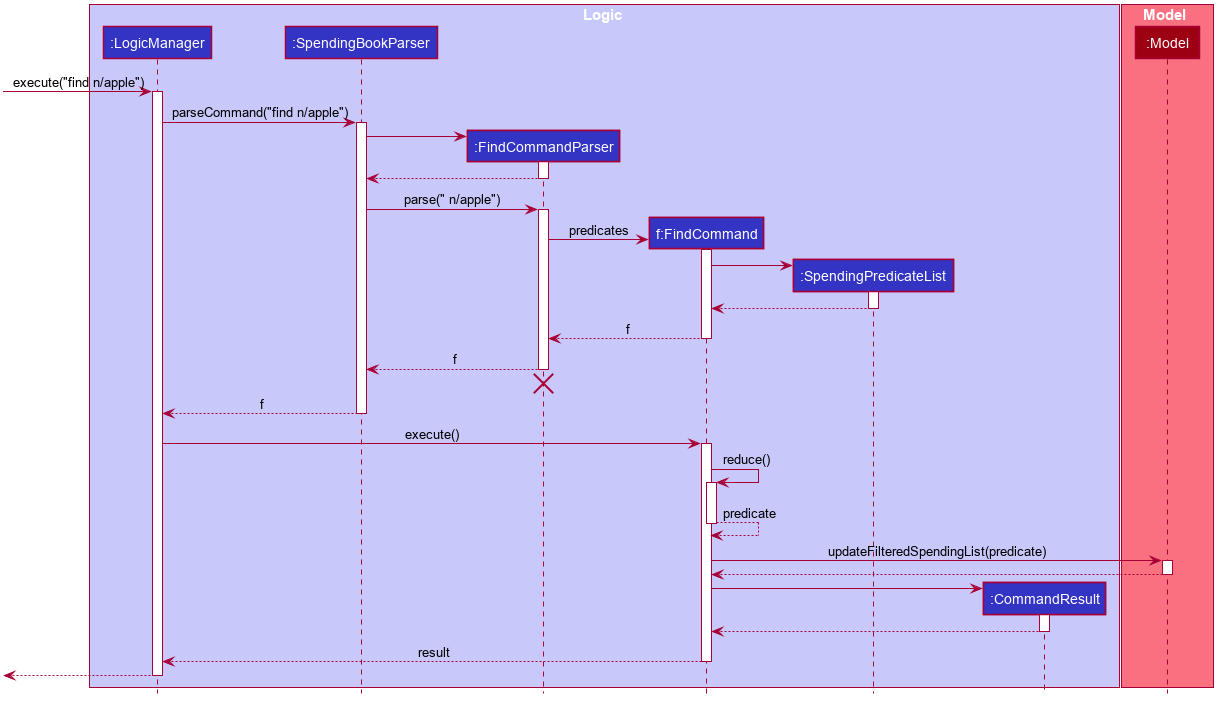
Earlier version of the PlantUML export docs/images/FindSequenceDiagram.png (nus-cs2103-AY1920S1/addressbook-level3).
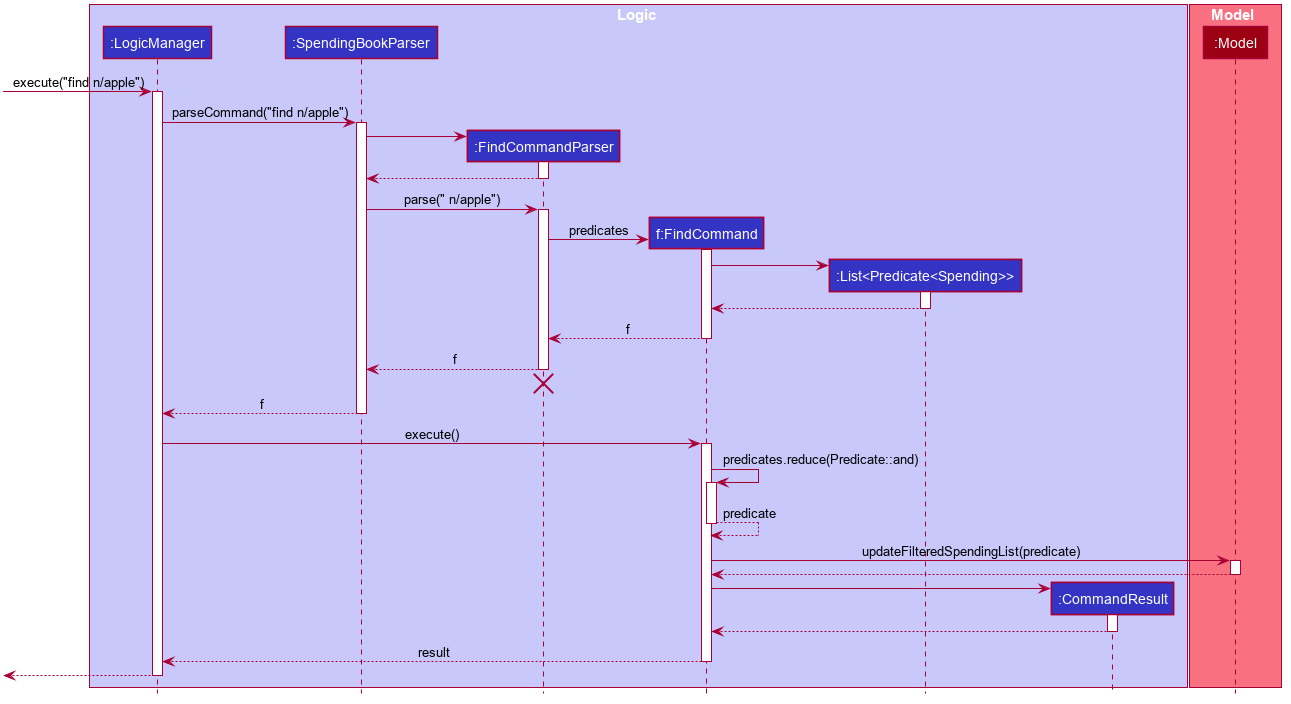
Later version of the same file.

Commit message:
Address UG and DG changes and fix find and sort diagrams

Change to the diagram source:
```diff
@@ -53,7 +53,7 @@
 participant ":SpendingBookParser" as SpendingBookParser #3333C4
 participant ":FindCommandParser" as FindCommandParser #3333C4
 participant "f:FindCommand" as FindCommand #3333C4
-participant ":SpendingPredicateList" as SpendingPredicateList #3333C4
+participant ":List<Predicate<Spending>>" as SpendingPredicateList #3333C4
 participant ":CommandResult" as CommandResult #3333C4
 end box
 
@@ -104,7 +104,7 @@
 LogicManager -> FindCommand : execute()
 activate FindCommand
 
-FindCommand -> FindCommand : reduce()
+FindCommand -> FindCommand : predicates.reduce(Predicate::and)
 activate FindCommand
 
 FindCommand --> FindCommand : predicate
```
